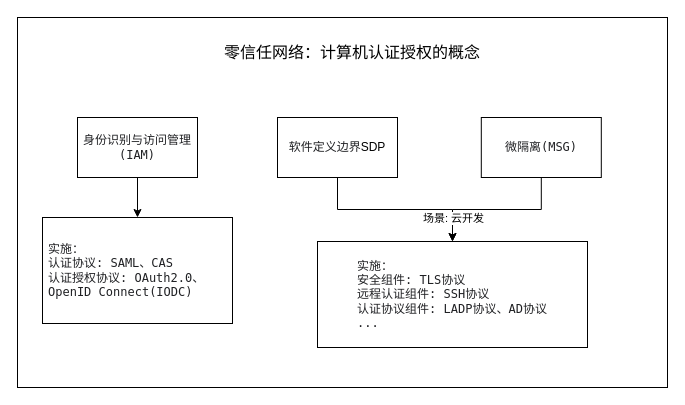
Before: 认证授权.drawio in JYbill/draw, a draw.io diagram. Source tidied: cells renumbered, new cells numbered last; positions are measured from the earlier drawing's top-left corner, leaving out a move shared by most shapes. Both pictures are drawn from the tidied source at 100%, with x=0, y=0 at pixel (17, 17).
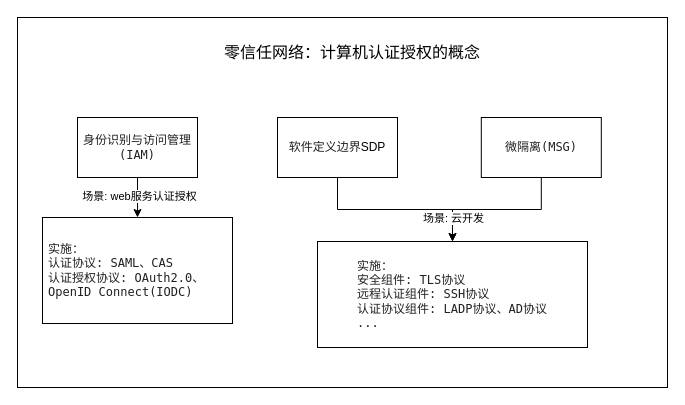
The same diagram, later.

Commit message (it also covers changes not shown here):
更新认证授权.drawio

The edit, as a diff of the source:
```diff
@@
 <mxGraphModel>
   <root>
     <mxCell id="0" />
     <mxCell id="1" parent="0" />
     <mxCell id="2" style="rounded=0;whiteSpace=wrap;html=1;" parent="1" vertex="1">
       <mxGeometry width="650" height="370" as="geometry" />
     </mxCell>
     <mxCell id="3" value="&lt;font style=&quot;font-size: 16px;&quot;&gt;零信任网络：计算机认证授权的概念&lt;/font&gt;" style="text;html=1;align=center;verticalAlign=middle;whiteSpace=wrap;rounded=0;" parent="1" vertex="1">
       <mxGeometry x="206.2" y="20" width="257.5" height="30" as="geometry" />
     </mxCell>
     <mxCell id="4" style="edgeStyle=orthogonalEdgeStyle;rounded=0;jettySize=auto;html=1;exitX=0.5;exitY=1;exitDx=0;exitDy=0;entryX=0.5;entryY=0;entryDx=0;entryDy=0;" parent="1" edge="1" source="5" target="11">
       <mxGeometry relative="1" as="geometry" />
     </mxCell>
     <mxCell id="5" value="&lt;font style=&quot;font-size: 12px;&quot;&gt;&lt;span style=&quot;caret-color: rgb(32, 33, 36); color: rgb(32, 33, 36); font-family: &amp;quot;JetBrains Mono&amp;quot;, &amp;quot;Fira Code&amp;quot;, &amp;quot;Cascadia Code&amp;quot;, Menlo, &amp;quot;Ubuntu Mono&amp;quot;, Consolas, HYZhengYuan; orphans: 4; text-align: left; white-space-collapse: preserve; background-color: rgb(255, 255, 255);&quot;&gt;软件定义边界&lt;/span&gt;SDP&lt;/font&gt;" style="rounded=0;whiteSpace=wrap;html=1;" parent="1" vertex="1">
       <mxGeometry x="260" y="100" width="120" height="60" as="geometry" />
     </mxCell>
     <mxCell id="6" style="edgeStyle=orthogonalEdgeStyle;rounded=0;jettySize=auto;html=1;exitX=0.5;exitY=1;exitDx=0;exitDy=0;" parent="1" edge="1" source="7" target="12">
       <mxGeometry relative="1" as="geometry" />
     </mxCell>
+    <mxCell id="13" value="场景: web服务认证授权" style="edgeLabel;html=1;align=center;verticalAlign=middle;" parent="6" vertex="1">
+      <mxGeometry x="-0.1" y="1" relative="1" as="geometry" />
+    </mxCell>
     <mxCell id="7" value="&lt;span style=&quot;caret-color: rgb(32, 33, 36); color: rgb(32, 33, 36); font-family: &amp;quot;JetBrains Mono&amp;quot;, &amp;quot;Fira Code&amp;quot;, &amp;quot;Cascadia Code&amp;quot;, Menlo, &amp;quot;Ubuntu Mono&amp;quot;, Consolas, HYZhengYuan; orphans: 4; text-align: left; white-space-collapse: preserve; background-color: rgb(255, 255, 255);&quot;&gt;&lt;font style=&quot;font-size: 12px;&quot;&gt;身份识别与访问管理(IAM)&lt;/font&gt;&lt;/span&gt;" style="rounded=0;whiteSpace=wrap;html=1;" parent="1" vertex="1">
       <mxGeometry x="60" y="100" width="120" height="60" as="geometry" />
     </mxCell>
     <mxCell id="8" style="edgeStyle=orthogonalEdgeStyle;rounded=0;jettySize=auto;html=1;exitX=0.5;exitY=1;exitDx=0;exitDy=0;" parent="1" edge="1" source="10" target="11">
       <mxGeometry relative="1" as="geometry" />
     </mxCell>
     <mxCell id="9" value="场景: 云开发" style="edgeLabel;html=1;align=center;verticalAlign=middle;" parent="8" vertex="1">
       <mxGeometry x="0.8" y="-1" relative="1" as="geometry">
         <mxPoint x="1" y="-9" as="offset" />
       </mxGeometry>
     </mxCell>
     <mxCell id="10" value="&lt;span style=&quot;caret-color: rgb(32, 33, 36); color: rgb(32, 33, 36); font-family: &amp;quot;JetBrains Mono&amp;quot;, &amp;quot;Fira Code&amp;quot;, &amp;quot;Cascadia Code&amp;quot;, Menlo, &amp;quot;Ubuntu Mono&amp;quot;, Consolas, HYZhengYuan; orphans: 4; text-align: left; white-space-collapse: preserve; background-color: rgb(255, 255, 255);&quot;&gt;&lt;font style=&quot;font-size: 12px;&quot;&gt;微隔离(MSG)&lt;/font&gt;&lt;/span&gt;" style="rounded=0;whiteSpace=wrap;html=1;" parent="1" vertex="1">
       <mxGeometry x="463.8" y="100" width="120" height="60" as="geometry" />
     </mxCell>
     <mxCell id="11" value="&lt;div style=&quot;orphans: 4; text-align: left;&quot;&gt;&lt;font face=&quot;JetBrains Mono, Fira Code, Cascadia Code, Menlo, Ubuntu Mono, Consolas, HYZhengYuan&quot; color=&quot;#202124&quot;&gt;&lt;span style=&quot;caret-color: rgb(32, 33, 36); white-space-collapse: preserve; background-color: rgb(255, 255, 255);&quot;&gt;实施：&lt;br/&gt;安全组件: TLS协议&lt;br&gt;远程认证组件: SSH协议&lt;br&gt;认证协议组件: LADP协议、AD协议&lt;br/&gt;...&lt;/span&gt;&lt;/font&gt;&lt;/div&gt;" style="rounded=0;whiteSpace=wrap;html=1;" parent="1" vertex="1">
       <mxGeometry x="300" y="224" width="270" height="106" as="geometry" />
     </mxCell>
     <mxCell id="12" value="&lt;div style=&quot;orphans: 4; text-align: left;&quot;&gt;&lt;font face=&quot;JetBrains Mono, Fira Code, Cascadia Code, Menlo, Ubuntu Mono, Consolas, HYZhengYuan&quot; color=&quot;#202124&quot;&gt;&lt;span style=&quot;caret-color: rgb(32, 33, 36); white-space-collapse: preserve; background-color: rgb(255, 255, 255);&quot;&gt;实施：&lt;br&gt;认证协议: SAML、CAS&lt;br/&gt;认证授权协议: OAuth2.0、OpenID Connect(IODC)&lt;/span&gt;&lt;/font&gt;&lt;/div&gt;" style="rounded=0;whiteSpace=wrap;html=1;spacingLeft=5;" parent="1" vertex="1">
       <mxGeometry x="25" y="200" width="190" height="106" as="geometry" />
     </mxCell>
   </root>
 </mxGraphModel>
```
